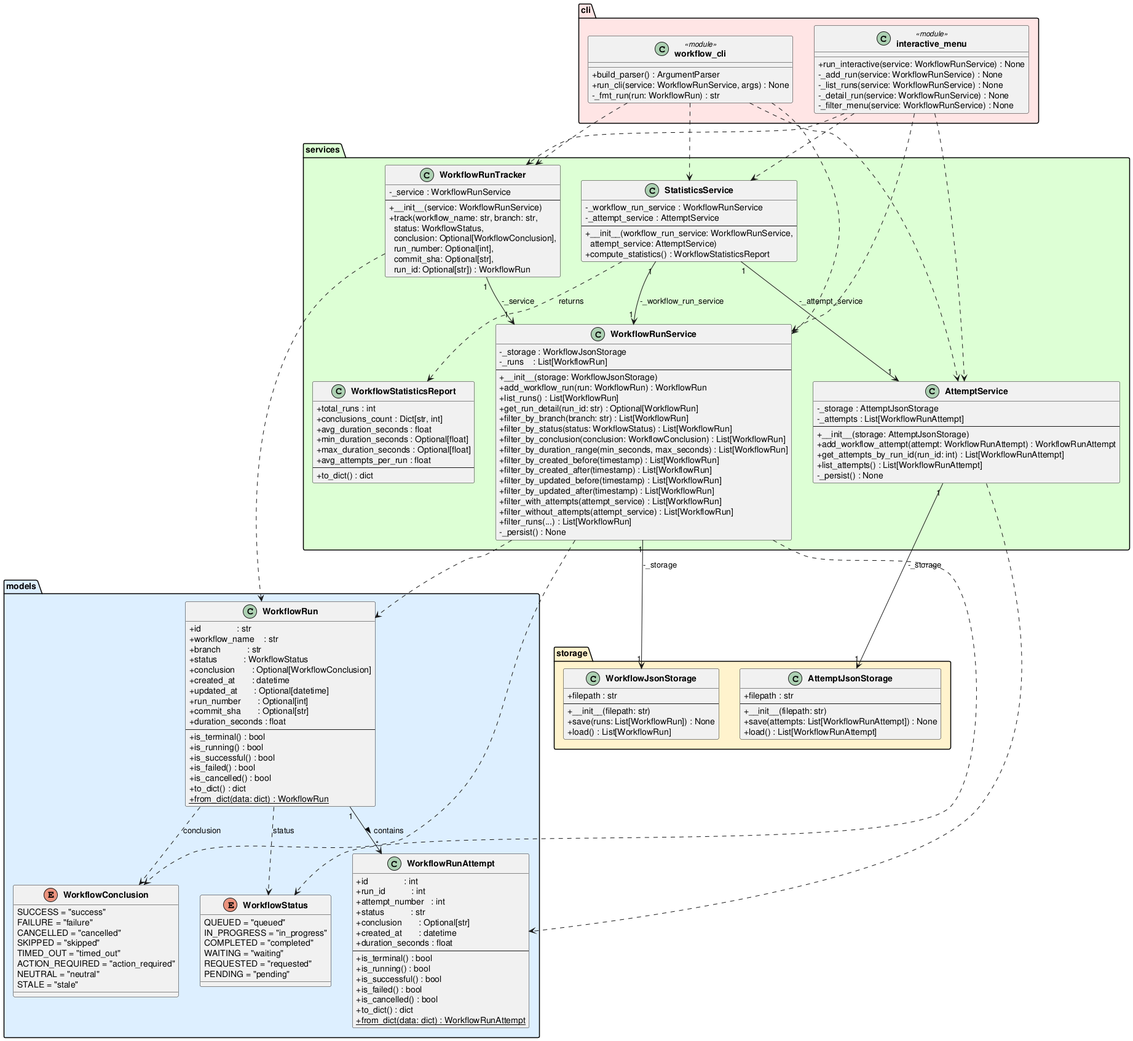
Earlier version of the PlantUML export experiments/broadcast/structured_text/github-workflow-manager/artifacts/class_diagram.png (DanielRiha8906/Software_autoevolution_using_agents).
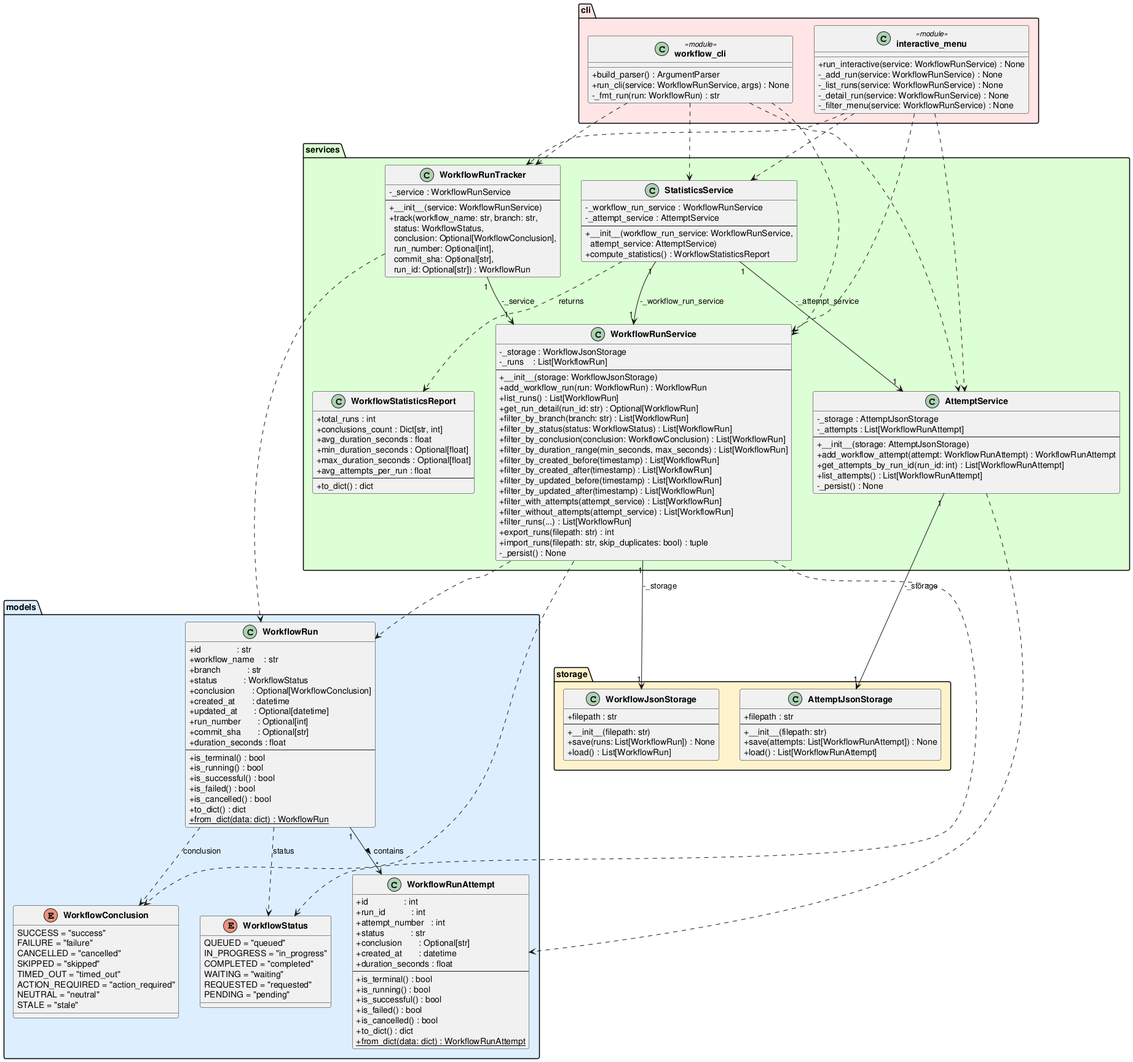
The same diagram one commit later.

What changed in the source:
```diff
@@ -102,6 +102,8 @@
         +filter_with_attempts(attempt_service) : List[WorkflowRun]
         +filter_without_attempts(attempt_service) : List[WorkflowRun]
         +filter_runs(...) : List[WorkflowRun]
+        +export_runs(filepath: str) : int
+        +import_runs(filepath: str, skip_duplicates: bool) : tuple
         -_persist() : None
     }
 
```
